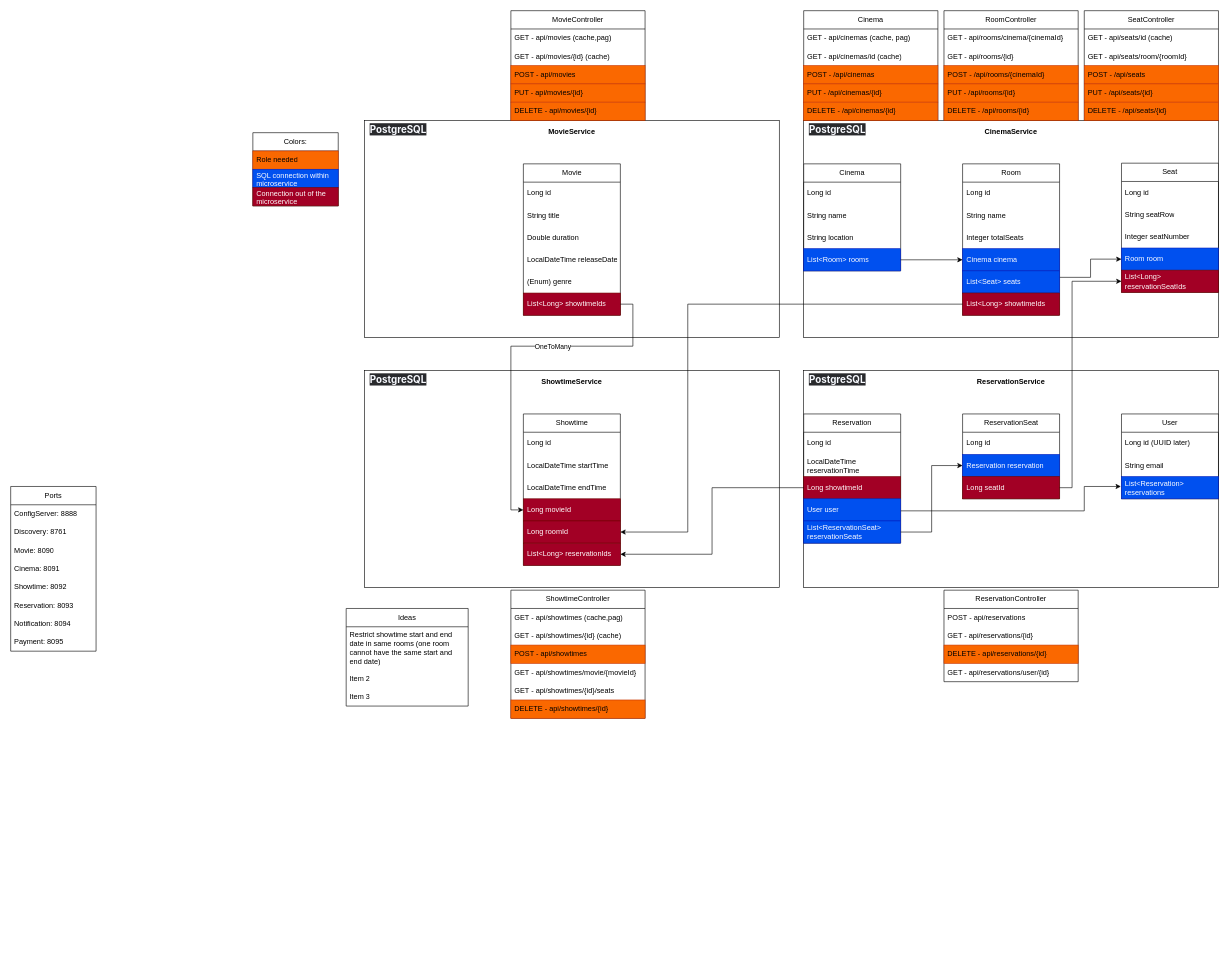
Before: system.drawio in tpoda35/JAVA.PROJECT.MovieReservationSystem, a draw.io diagram. Source tidied: cells renumbered, new cells numbered last; positions are measured from the earlier drawing's top-left corner, leaving out a move shared by most shapes. Both pictures are drawn from the tidied source at 61%, with x=0, y=0 at pixel (10, 10).
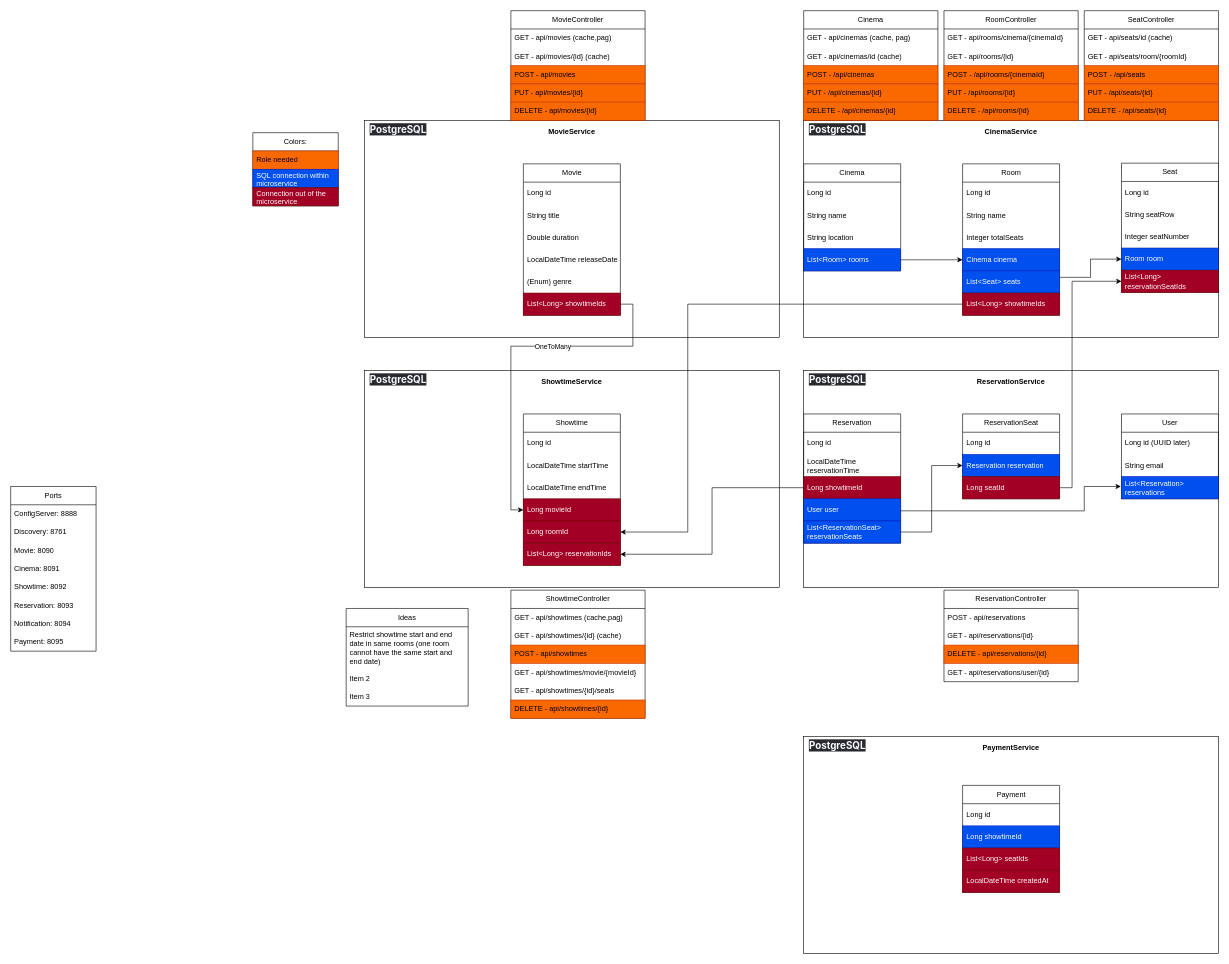
The same page after the edit.

Change to the diagram source:
```diff
@@
+    <mxCell id="126" style="group;" parent="1" vertex="1">
+      <mxGeometry x="1300" y="1190" width="680" height="355.5" as="geometry" />
+    </mxCell>
+    <mxCell id="127" style="rounded=0;whiteSpace=wrap;html=1;" parent="126" vertex="1">
+      <mxGeometry width="680" height="355.5" as="geometry" />
+    </mxCell>
+    <mxCell id="128" value="&lt;strong style=&quot;color: rgb(248, 250, 255); font-family: Inter, system-ui, -apple-system, BlinkMacSystemFont, &amp;quot;Segoe UI&amp;quot;, Roboto, &amp;quot;Noto Sans&amp;quot;, Ubuntu, Cantarell, &amp;quot;Helvetica Neue&amp;quot;, Oxygen, &amp;quot;Open Sans&amp;quot;, sans-serif; font-size: 16.002px; text-align: left; text-wrap-mode: wrap; background-color: rgb(41, 42, 45);&quot;&gt;PostgreSQL&lt;/strong&gt;" style="text;html=1;align=center;verticalAlign=middle;strokeColor=none;fillColor=none;" parent="126" vertex="1">
+      <mxGeometry width="110" height="30" as="geometry" />
+    </mxCell>
+    <mxCell id="129" value="PaymentService" style="text;html=1;align=center;verticalAlign=middle;whiteSpace=wrap;rounded=0;fontStyle=1;" parent="126" vertex="1">
+      <mxGeometry x="305.9" width="68.2" height="36.4" as="geometry" />
+    </mxCell>
+    <mxCell id="130" value="Payment" style="swimlane;fontStyle=0;horizontal=1;startSize=30;whiteSpace=wrap;html=1;" parent="126" vertex="1">
+      <mxGeometry x="260.5" y="80" width="159" height="175.4" as="geometry" />
+    </mxCell>
+    <mxCell id="131" value="Long id" style="text;strokeColor=none;fillColor=none;align=left;verticalAlign=middle;spacingLeft=4;spacingRight=4;overflow=hidden;whiteSpace=wrap;html=1;" parent="130" vertex="1">
+      <mxGeometry y="30" width="159" height="36.4" as="geometry" />
+    </mxCell>
+    <mxCell id="132" value="Long showtimeId" style="text;strokeColor=#001DBC;fillColor=#0050ef;align=left;verticalAlign=middle;spacingLeft=4;spacingRight=4;overflow=hidden;whiteSpace=wrap;html=1;fontColor=#ffffff;" parent="130" vertex="1">
+      <mxGeometry y="66.4" width="159" height="36.4" as="geometry" />
+    </mxCell>
+    <mxCell id="133" value="List&amp;lt;Long&amp;gt; seatIds" style="text;strokeColor=#6F0000;fillColor=#a20025;align=left;verticalAlign=middle;spacingLeft=4;spacingRight=4;overflow=hidden;whiteSpace=wrap;html=1;fontColor=#ffffff;" parent="130" vertex="1">
+      <mxGeometry y="102.7" width="159" height="36.4" as="geometry" />
+    </mxCell>
+    <mxCell id="134" value="LocalDateTime createdAt" style="text;strokeColor=#6F0000;fillColor=#a20025;align=left;verticalAlign=middle;spacingLeft=4;spacingRight=4;overflow=hidden;whiteSpace=wrap;html=1;fontColor=#ffffff;" parent="130" vertex="1">
+      <mxGeometry y="139.1" width="159" height="36.4" as="geometry" />
+    </mxCell>
```
